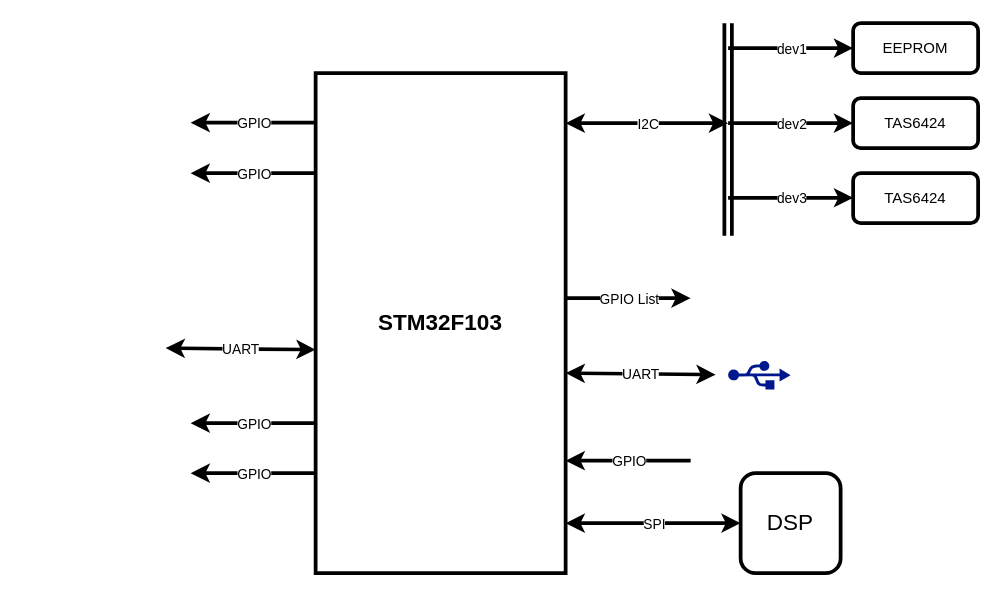
yintianlan/Picture_Draw keeps this draw.io diagram as page "第 6 页" (6 of 6) of DSP_UART.drawio. Above is the earlier version. Source tidied: cells renumbered, new cells numbered last; positions are measured from the earlier drawing's top-left corner, leaving out a move shared by most shapes. Both pictures are drawn from the tidied source at 125%, with x=0, y=0 at pixel (165, 22). Pictures stored in the file or linked from it are replaced by grey dashed boxes.
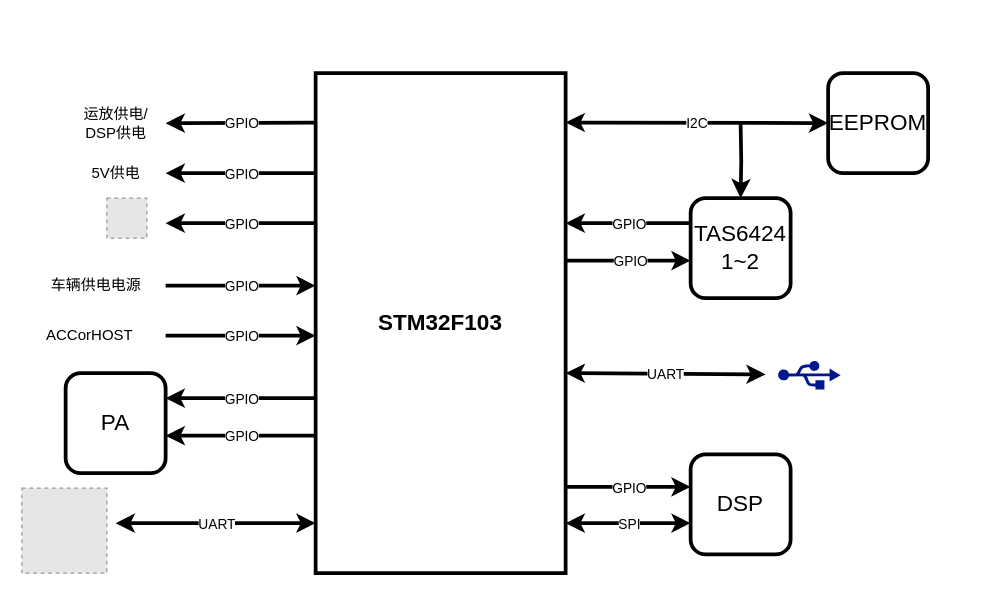
After the change.

The edit, as a diff of the source:
```diff
@@
     <mxCell id="3" value="&lt;font style=&quot;font-size: 18px&quot;&gt;DSP&lt;/font&gt;" style="rounded=1;whiteSpace=wrap;html=1;strokeWidth=3;" parent="1" vertex="1">
-      <mxGeometry x="460" y="360" width="80" height="80" as="geometry" />
+      <mxGeometry x="420" y="345" width="80" height="80" as="geometry" />
     </mxCell>
-    <mxCell id="4" style="shape=link;html=1;startArrow=open;startFill=0;endArrow=open;endFill=0;strokeWidth=3;" parent="1" edge="1">
-      <mxGeometry relative="1" as="geometry">
-        <mxPoint x="450" y="170" as="sourcePoint" />
-        <mxPoint x="450" as="targetPoint" />
-      </mxGeometry>
-    </mxCell>
-    <mxCell id="5" style="endArrow=classic;html=1;strokeWidth=3;startArrow=classic;startFill=1;entryX=0;entryY=0.5;entryDx=0;entryDy=0;" parent="1" edge="1" target="3">
+    <mxCell id="5" style="endArrow=classic;html=1;strokeWidth=3;startArrow=classic;startFill=1;" parent="1" edge="1">
       <mxGeometry relative="1" as="geometry">
         <mxPoint x="320" y="400" as="sourcePoint" />
+        <mxPoint x="420" y="400" as="targetPoint" />
       </mxGeometry>
     </mxCell>
@@
-    <mxCell id="7" style="endArrow=classic;html=1;strokeWidth=3;startArrow=classic;startFill=1;" parent="1" edge="1">
+    <mxCell id="7" style="endArrow=classic;html=1;strokeWidth=3;startArrow=classic;startFill=1;entryX=0;entryY=0.5;entryDx=0;entryDy=0;" parent="1" edge="1" target="21">
       <mxGeometry relative="1" as="geometry">
-        <mxPoint x="320" y="80" as="sourcePoint" />
-        <mxPoint x="450" y="80" as="targetPoint" />
+        <mxPoint x="320" y="79.5" as="sourcePoint" />
       </mxGeometry>
     </mxCell>
@@
     <mxCell id="9" style="endArrow=classic;html=1;strokeWidth=3;" parent="1" edge="1">
       <mxGeometry relative="1" as="geometry">
         <mxPoint x="120" y="79.6" as="sourcePoint" />
-        <mxPoint x="20" y="79.6" as="targetPoint" />
+        <mxPoint y="80" as="targetPoint" />
       </mxGeometry>
     </mxCell>
@@
-    <mxCell id="11" style="endArrow=classic;html=1;strokeWidth=3;" parent="1" edge="1">
-      <mxGeometry relative="1" as="geometry">
-        <mxPoint x="450" y="20" as="sourcePoint" />
-        <mxPoint x="550" y="20" as="targetPoint" />
-      </mxGeometry>
-    </mxCell>
-    <mxCell id="12" value="dev1" style="edgeLabel;html=1;align=center;verticalAlign=middle;" parent="11" vertex="1">
-      <mxGeometry relative="1" as="geometry" />
-    </mxCell>
-    <mxCell id="13" style="endArrow=classic;html=1;strokeWidth=3;" parent="1" edge="1">
-      <mxGeometry relative="1" as="geometry">
-        <mxPoint x="450" y="80" as="sourcePoint" />
-        <mxPoint x="550" y="80" as="targetPoint" />
-      </mxGeometry>
-    </mxCell>
-    <mxCell id="14" value="dev2" style="edgeLabel;html=1;align=center;verticalAlign=middle;" parent="13" vertex="1">
-      <mxGeometry relative="1" as="geometry" />
-    </mxCell>
     <mxCell id="15" style="endArrow=classic;html=1;strokeWidth=3;" parent="1" edge="1">
       <mxGeometry relative="1" as="geometry">
-        <mxPoint x="450" y="139.7" as="sourcePoint" />
-        <mxPoint x="550" y="139.7" as="targetPoint" />
+        <mxPoint y="210" as="sourcePoint" />
+        <mxPoint x="120" y="210" as="targetPoint" />
       </mxGeometry>
     </mxCell>
-    <mxCell id="16" value="dev3" style="edgeLabel;html=1;align=center;verticalAlign=middle;" parent="15" vertex="1">
+    <mxCell id="16" value="GPIO" style="edgeLabel;html=1;align=center;verticalAlign=middle;" parent="15" vertex="1">
       <mxGeometry relative="1" as="geometry" />
     </mxCell>
     <mxCell id="17" style="endArrow=classic;html=1;strokeWidth=3;" parent="1" edge="1">
       <mxGeometry relative="1" as="geometry">
         <mxPoint x="120" y="120" as="sourcePoint" />
-        <mxPoint x="20" y="120" as="targetPoint" />
+        <mxPoint y="120" as="targetPoint" />
       </mxGeometry>
     </mxCell>
@@
     <mxCell id="19" style="endArrow=classic;html=1;strokeWidth=3;" parent="1" edge="1">
       <mxGeometry relative="1" as="geometry">
-        <mxPoint x="120" y="320" as="sourcePoint" />
-        <mxPoint x="20" y="320" as="targetPoint" />
+        <mxPoint x="120" y="160" as="sourcePoint" />
+        <mxPoint y="160" as="targetPoint" />
       </mxGeometry>
     </mxCell>
@@
-    <mxCell id="21" value="EEPROM" style="rounded=1;whiteSpace=wrap;html=1;strokeWidth=3;" parent="1" vertex="1">
-      <mxGeometry x="550" width="100" height="40" as="geometry" />
-    </mxCell>
-    <mxCell id="22" value="TAS6424" style="rounded=1;whiteSpace=wrap;html=1;strokeWidth=3;" parent="1" vertex="1">
-      <mxGeometry x="550" y="60" width="100" height="40" as="geometry" />
-    </mxCell>
-    <mxCell id="23" value="TAS6424" style="rounded=1;whiteSpace=wrap;html=1;strokeWidth=3;" parent="1" vertex="1">
-      <mxGeometry x="550" y="120" width="100" height="40" as="geometry" />
-    </mxCell>
-    <mxCell id="24" style="endArrow=classic;html=1;strokeWidth=3;entryX=0;entryY=0.25;entryDx=0;entryDy=0;startArrow=classic;startFill=1;" parent="1" edge="1">
+    <mxCell id="24" style="endArrow=classic;html=1;strokeWidth=3;startArrow=classic;startFill=1;" parent="1" edge="1">
       <mxGeometry relative="1" as="geometry">
         <mxPoint x="320" y="280" as="sourcePoint" />
-        <mxPoint x="440" y="281.2" as="targetPoint" />
+        <mxPoint x="480" y="281" as="targetPoint" />
       </mxGeometry>
     </mxCell>
@@
     <mxCell id="26" style="endArrow=classic;html=1;strokeWidth=3;" parent="1" edge="1">
       <mxGeometry relative="1" as="geometry">
-        <mxPoint x="120" y="360" as="sourcePoint" />
-        <mxPoint x="20" y="360" as="targetPoint" />
+        <mxPoint x="120" y="300" as="sourcePoint" />
+        <mxPoint y="300" as="targetPoint" />
       </mxGeometry>
     </mxCell>
@@
     <mxCell id="28" style="endArrow=classic;html=1;strokeWidth=3;" parent="1" edge="1">
       <mxGeometry relative="1" as="geometry">
-        <mxPoint x="420" y="350" as="sourcePoint" />
-        <mxPoint x="320" y="350" as="targetPoint" />
+        <mxPoint y="250" as="sourcePoint" />
+        <mxPoint x="120" y="250" as="targetPoint" />
       </mxGeometry>
     </mxCell>
@@
     <mxCell id="30" style="shadow=0;dashed=0;html=1;strokeColor=none;labelPosition=center;verticalLabelPosition=bottom;verticalAlign=top;align=center;fillColor=#00188D;shape=mxgraph.mscae.enterprise.usb;" parent="1" vertex="1">
-      <mxGeometry x="450" y="270" width="50" height="23" as="geometry" />
+      <mxGeometry x="490" y="270" width="50" height="23" as="geometry" />
     </mxCell>
     <mxCell id="31" style="endArrow=classic;html=1;strokeWidth=3;entryX=0;entryY=0.25;entryDx=0;entryDy=0;startArrow=classic;startFill=1;" parent="1" edge="1">
       <mxGeometry relative="1" as="geometry">
-        <mxPoint y="260" as="sourcePoint" />
-        <mxPoint x="120" y="261.2" as="targetPoint" />
+        <mxPoint x="-40" y="400" as="sourcePoint" />
+        <mxPoint x="120" y="400" as="targetPoint" />
       </mxGeometry>
     </mxCell>
@@
     <mxCell id="33" style="endArrow=classic;html=1;strokeWidth=3;" parent="1" edge="1">
       <mxGeometry relative="1" as="geometry">
-        <mxPoint x="320" y="220" as="sourcePoint" />
-        <mxPoint x="420" y="220" as="targetPoint" />
+        <mxPoint x="320" y="190" as="sourcePoint" />
+        <mxPoint x="420" y="190" as="targetPoint" />
       </mxGeometry>
     </mxCell>
-    <mxCell id="34" value="GPIO List" style="edgeLabel;html=1;align=center;verticalAlign=middle;" parent="33" vertex="1">
-      <mxGeometry relative="1" as="geometry" />
+    <mxCell id="34" value="GPIO" style="edgeLabel;html=1;align=center;verticalAlign=middle;" parent="33" vertex="1">
+      <mxGeometry relative="1" as="geometry">
+        <mxPoint x="1" as="offset" />
+      </mxGeometry>
     </mxCell>
+    <mxCell id="35" value="ACCorHOST" style="text;html=1;align=center;verticalAlign=middle;" parent="1" vertex="1">
+      <mxGeometry x="-101" y="240" width="80" height="20" as="geometry" />
+    </mxCell>
+    <mxCell id="36" style="endArrow=classic;html=1;strokeWidth=3;" parent="1" edge="1">
+      <mxGeometry relative="1" as="geometry">
+        <mxPoint x="420" y="160" as="sourcePoint" />
+        <mxPoint x="320" y="160" as="targetPoint" />
+      </mxGeometry>
+    </mxCell>
+    <mxCell id="37" value="GPIO" style="edgeLabel;html=1;align=center;verticalAlign=middle;" parent="36" vertex="1">
+      <mxGeometry relative="1" as="geometry" />
+    </mxCell>
+    <mxCell id="21" value="&lt;font style=&quot;font-size: 18px&quot;&gt;EEPROM&lt;/font&gt;" style="rounded=1;whiteSpace=wrap;html=1;strokeWidth=3;" parent="1" vertex="1">
+      <mxGeometry x="530" y="40" width="80" height="80" as="geometry" />
+    </mxCell>
+    <mxCell id="38" style="edgeStyle=orthogonalEdgeStyle;rounded=0;jettySize=auto;html=1;exitX=0.5;exitY=0;exitDx=0;exitDy=0;strokeWidth=3;entryX=0.5;entryY=0;entryDx=0;entryDy=0;" parent="1" edge="1" target="39">
+      <mxGeometry relative="1" as="geometry">
+        <mxPoint x="460" y="80" as="sourcePoint" />
+      </mxGeometry>
+    </mxCell>
+    <mxCell id="39" value="&lt;font style=&quot;font-size: 18px&quot;&gt;TAS6424&lt;br&gt;1~2&lt;br&gt;&lt;/font&gt;" style="rounded=1;whiteSpace=wrap;html=1;strokeWidth=3;" parent="1" vertex="1">
+      <mxGeometry x="420" y="140" width="80" height="80" as="geometry" />
+    </mxCell>
+    <mxCell id="40" value="运放供电/&lt;br&gt;DSP供电" style="text;html=1;align=center;verticalAlign=middle;" parent="1" vertex="1">
+      <mxGeometry x="-75" y="65" width="70" height="30" as="geometry" />
+    </mxCell>
+    <mxCell id="41" value="5V供电" style="text;html=1;align=center;verticalAlign=middle;" parent="1" vertex="1">
+      <mxGeometry x="-65" y="110" width="50" height="20" as="geometry" />
+    </mxCell>
+    <mxCell id="42" style="fillColor=#E6E6E6;strokeColor=#999999;dashed=1;html=1;verticalAlign=top;verticalLabelPosition=bottom;labelBackgroundColor=#ffffff;" parent="1" vertex="1">
+      <mxGeometry x="-47" y="140" width="32" height="32" as="geometry" />
+    </mxCell>
+    <mxCell id="43" style="fillColor=#E6E6E6;strokeColor=#999999;dashed=1;html=1;verticalAlign=top;verticalLabelPosition=bottom;labelBackgroundColor=#ffffff;" parent="1" vertex="1">
+      <mxGeometry x="-115" y="372" width="68" height="68" as="geometry" />
+    </mxCell>
+    <mxCell id="44" value="车辆供电电源" style="text;html=1;align=center;verticalAlign=middle;" parent="1" vertex="1">
+      <mxGeometry x="-101" y="200" width="90" height="20" as="geometry" />
+    </mxCell>
+    <mxCell id="45" style="endArrow=classic;html=1;strokeWidth=3;" parent="1" edge="1">
+      <mxGeometry relative="1" as="geometry">
+        <mxPoint x="320" y="371" as="sourcePoint" />
+        <mxPoint x="420" y="371" as="targetPoint" />
+      </mxGeometry>
+    </mxCell>
+    <mxCell id="46" value="GPIO" style="edgeLabel;html=1;align=center;verticalAlign=middle;" parent="45" vertex="1">
+      <mxGeometry relative="1" as="geometry" />
+    </mxCell>
+    <mxCell id="47" style="endArrow=classic;html=1;strokeWidth=3;" parent="1" edge="1">
+      <mxGeometry relative="1" as="geometry">
+        <mxPoint x="120" y="330" as="sourcePoint" />
+        <mxPoint y="330" as="targetPoint" />
+      </mxGeometry>
+    </mxCell>
+    <mxCell id="48" value="GPIO" style="edgeLabel;html=1;align=center;verticalAlign=middle;" parent="47" vertex="1">
+      <mxGeometry relative="1" as="geometry" />
+    </mxCell>
+    <mxCell id="49" value="&lt;font style=&quot;font-size: 18px&quot;&gt;PA&lt;/font&gt;" style="rounded=1;whiteSpace=wrap;html=1;strokeWidth=3;" parent="1" vertex="1">
+      <mxGeometry x="-80" y="280" width="80" height="80" as="geometry" />
+    </mxCell>
```
